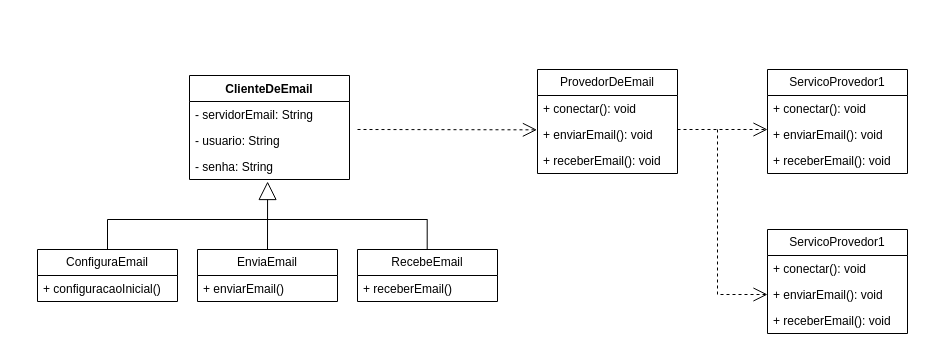
This is solid.drawio from SamanthaMiyahira/POO_coursera, a draw.io file, before an edit. Source tidied: cells renumbered, new cells numbered last; positions are measured from the earlier drawing's top-left corner, leaving out a move shared by most shapes. Both pictures are drawn from the tidied source at 100%, with x=0, y=0 at pixel (37, 69).
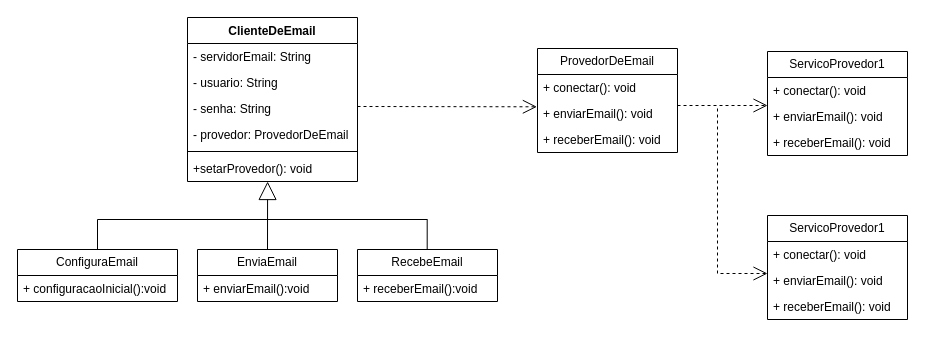
After the change.

The change refers to these unchanged cells:
```xml
<mxCell id="8" value="EnviaEmail" style="swimlane;fontStyle=0;horizontal=1;startSize=26;fillColor=none;whiteSpace=wrap;html=1;" parent="1" vertex="1">
  <mxGeometry x="160" y="180" width="140" height="52" as="geometry" />
</mxCell>
<mxCell id="10" value="RecebeEmail" style="swimlane;fontStyle=0;horizontal=1;startSize=26;fillColor=none;whiteSpace=wrap;html=1;" parent="1" vertex="1">
  <mxGeometry x="320" y="180" width="140" height="52" as="geometry" />
</mxCell>
<mxCell id="18" value="+ enviarEmail(): void" style="text;strokeColor=none;fillColor=none;align=left;verticalAlign=top;spacingLeft=4;spacingRight=4;overflow=hidden;points=[[0,0.5],[1,0.5]];portConstraint=eastwest;whiteSpace=wrap;html=1;" parent="16" vertex="1">
  <mxGeometry y="52" width="140" height="26" as="geometry" />
</mxCell>
<mxCell id="26" value="+ enviarEmail(): void" style="text;strokeColor=none;fillColor=none;align=left;verticalAlign=top;spacingLeft=4;spacingRight=4;overflow=hidden;points=[[0,0.5],[1,0.5]];portConstraint=eastwest;whiteSpace=wrap;html=1;" parent="24" vertex="1">
  <mxGeometry y="52" width="140" height="26" as="geometry" />
</mxCell>
```

The edit, as a diff of the source:
```diff
@@
     <mxCell id="2" value="ClienteDeEmail" style="swimlane;fontStyle=1;align=center;verticalAlign=top;horizontal=1;startSize=26;whiteSpace=wrap;html=1;" parent="1" vertex="1">
-      <mxGeometry x="152" y="6" width="160" height="104" as="geometry" />
+      <mxGeometry x="150" y="-52" width="170" height="164" as="geometry" />
     </mxCell>
     <mxCell id="3" value="- servidorEmail: String" style="text;strokeColor=none;fillColor=none;align=left;verticalAlign=top;spacingLeft=4;spacingRight=4;overflow=hidden;whiteSpace=wrap;html=1;" parent="2" vertex="1">
-      <mxGeometry y="26" width="160" height="26" as="geometry" />
+      <mxGeometry y="26" width="170" height="26" as="geometry" />
     </mxCell>
     <mxCell id="4" value="- usuario: String" style="text;strokeColor=none;fillColor=none;align=left;verticalAlign=top;spacingLeft=4;spacingRight=4;overflow=hidden;whiteSpace=wrap;html=1;" parent="2" vertex="1">
-      <mxGeometry y="52" width="160" height="26" as="geometry" />
+      <mxGeometry y="52" width="170" height="26" as="geometry" />
     </mxCell>
     <mxCell id="5" value="- senha: String" style="text;strokeColor=none;fillColor=none;align=left;verticalAlign=top;spacingLeft=4;spacingRight=4;overflow=hidden;whiteSpace=wrap;html=1;" parent="2" vertex="1">
-      <mxGeometry y="78" width="160" height="26" as="geometry" />
+      <mxGeometry y="78" width="170" height="26" as="geometry" />
     </mxCell>
+    <mxCell id="31" value="- provedor: ProvedorDeEmail" style="text;strokeColor=none;fillColor=none;align=left;verticalAlign=top;spacingLeft=4;spacingRight=4;overflow=hidden;whiteSpace=wrap;html=1;" parent="2" vertex="1">
+      <mxGeometry y="104" width="170" height="26" as="geometry" />
+    </mxCell>
+    <mxCell id="32" style="line;strokeWidth=1;fillColor=none;align=left;verticalAlign=middle;spacingTop=-1;spacingLeft=3;spacingRight=3;labelPosition=right;strokeColor=inherit;" parent="2" vertex="1">
+      <mxGeometry y="130" width="170" height="8" as="geometry" />
+    </mxCell>
+    <mxCell id="33" value="+setarProvedor(): void" style="text;strokeColor=none;fillColor=none;align=left;verticalAlign=top;spacingLeft=4;spacingRight=4;overflow=hidden;whiteSpace=wrap;html=1;" parent="2" vertex="1">
+      <mxGeometry y="138" width="170" height="26" as="geometry" />
+    </mxCell>
     <mxCell id="6" value="ConfiguraEmail" style="swimlane;fontStyle=0;horizontal=1;startSize=26;fillColor=none;whiteSpace=wrap;html=1;" parent="1" vertex="1">
-      <mxGeometry y="180" width="140" height="52" as="geometry" />
+      <mxGeometry x="-20" y="180" width="160" height="52" as="geometry" />
     </mxCell>
-    <mxCell id="7" value="+ configuracaoInicial()" style="text;strokeColor=none;fillColor=none;align=left;verticalAlign=top;spacingLeft=4;spacingRight=4;overflow=hidden;whiteSpace=wrap;html=1;" parent="6" vertex="1">
-      <mxGeometry y="26" width="140" height="26" as="geometry" />
+    <mxCell id="7" value="+ configuracaoInicial():void" style="text;strokeColor=none;fillColor=none;align=left;verticalAlign=top;spacingLeft=4;spacingRight=4;overflow=hidden;whiteSpace=wrap;html=1;" parent="6" vertex="1">
+      <mxGeometry y="26" width="160" height="26" as="geometry" />
     </mxCell>
@@
-    <mxCell id="9" value="+ enviarEmail()" style="text;strokeColor=none;fillColor=none;align=left;verticalAlign=top;spacingLeft=4;spacingRight=4;overflow=hidden;whiteSpace=wrap;html=1;" parent="8" vertex="1">
+    <mxCell id="9" value="+ enviarEmail():void" style="text;strokeColor=none;fillColor=none;align=left;verticalAlign=top;spacingLeft=4;spacingRight=4;overflow=hidden;whiteSpace=wrap;html=1;" parent="8" vertex="1">
       <mxGeometry y="26" width="140" height="26" as="geometry" />
     </mxCell>
@@
-    <mxCell id="11" value="+ receberEmail()" style="text;strokeColor=none;fillColor=none;align=left;verticalAlign=top;spacingLeft=4;spacingRight=4;overflow=hidden;whiteSpace=wrap;html=1;" parent="10" vertex="1">
+    <mxCell id="11" value="+ receberEmail():void" style="text;strokeColor=none;fillColor=none;align=left;verticalAlign=top;spacingLeft=4;spacingRight=4;overflow=hidden;whiteSpace=wrap;html=1;" parent="10" vertex="1">
       <mxGeometry y="26" width="140" height="26" as="geometry" />
     </mxCell>
@@
     <mxCell id="13" style="line;strokeWidth=1;fillColor=none;align=left;verticalAlign=middle;spacingTop=-1;spacingLeft=3;spacingRight=3;labelPosition=right;strokeColor=inherit;" parent="1" vertex="1">
-      <mxGeometry x="70" y="146" width="320" height="8" as="geometry" />
+      <mxGeometry x="60" y="146" width="330" height="8" as="geometry" />
     </mxCell>
     <mxCell id="14" style="endArrow=none;html=1;rounded=0;exitX=0.5;exitY=0;exitDx=0;exitDy=0;" parent="1" edge="1">
       <mxGeometry relative="1" as="geometry">
-        <mxPoint x="70" y="180" as="sourcePoint" />
-        <mxPoint x="70" y="150" as="targetPoint" />
+        <mxPoint x="60" y="180" as="sourcePoint" />
+        <mxPoint x="60" y="150" as="targetPoint" />
       </mxGeometry>
     </mxCell>
@@
     <mxCell id="16" value="ProvedorDeEmail" style="swimlane;fontStyle=0;horizontal=1;startSize=26;fillColor=none;whiteSpace=wrap;html=1;" parent="1" vertex="1">
-      <mxGeometry x="500" width="140" height="104" as="geometry" />
+      <mxGeometry x="500" y="-21" width="140" height="104" as="geometry" />
     </mxCell>
@@
     <mxCell id="20" value="ServicoProvedor1" style="swimlane;fontStyle=0;horizontal=1;startSize=26;fillColor=none;whiteSpace=wrap;html=1;" parent="1" vertex="1">
-      <mxGeometry x="730" width="140" height="104" as="geometry" />
+      <mxGeometry x="730" y="-18" width="140" height="104" as="geometry" />
     </mxCell>
@@
     <mxCell id="24" value="ServicoProvedor1" style="swimlane;fontStyle=0;horizontal=1;startSize=26;fillColor=none;whiteSpace=wrap;html=1;" parent="1" vertex="1">
-      <mxGeometry x="730" y="160" width="140" height="104" as="geometry" />
+      <mxGeometry x="730" y="146" width="140" height="104" as="geometry" />
     </mxCell>
@@
-    <mxCell id="28" style="endArrow=open;endSize=12;dashed=1;html=1;rounded=0;entryX=-0.004;entryY=0.321;entryDx=0;entryDy=0;entryPerimeter=0;" parent="1" edge="1" target="18">
+    <mxCell id="28" style="endArrow=open;endSize=12;dashed=1;html=1;rounded=0;entryX=-0.004;entryY=0.321;entryDx=0;entryDy=0;entryPerimeter=0;" parent="1" edge="1">
       <mxGeometry relative="1" as="geometry">
-        <mxPoint x="320" y="60" as="sourcePoint" />
+        <mxPoint x="320" y="37" as="sourcePoint" />
+        <mxPoint x="499.4" y="37.3" as="targetPoint" />
       </mxGeometry>
     </mxCell>
     <mxCell id="29" style="endArrow=open;endSize=12;dashed=1;html=1;rounded=0;" parent="1" edge="1">
       <mxGeometry relative="1" as="geometry">
-        <mxPoint x="640" y="60" as="sourcePoint" />
-        <mxPoint x="730" y="60" as="targetPoint" />
+        <mxPoint x="640" y="36" as="sourcePoint" />
+        <mxPoint x="730" y="36" as="targetPoint" />
       </mxGeometry>
     </mxCell>
-    <mxCell id="30" style="endArrow=open;endSize=12;dashed=1;html=1;rounded=0;entryX=0;entryY=0.5;entryDx=0;entryDy=0;" parent="1" edge="1" target="26">
+    <mxCell id="30" style="endArrow=open;endSize=12;dashed=1;html=1;rounded=0;entryX=0;entryY=0.5;entryDx=0;entryDy=0;" parent="1" edge="1">
       <mxGeometry relative="1" as="geometry">
-        <mxPoint x="680" y="60" as="sourcePoint" />
+        <mxPoint x="680" y="39" as="sourcePoint" />
+        <mxPoint x="730" y="204" as="targetPoint" />
         <Array as="points">
-          <mxPoint x="680" y="225" />
+          <mxPoint x="680" y="204" />
         </Array>
       </mxGeometry>
     </mxCell>
```
